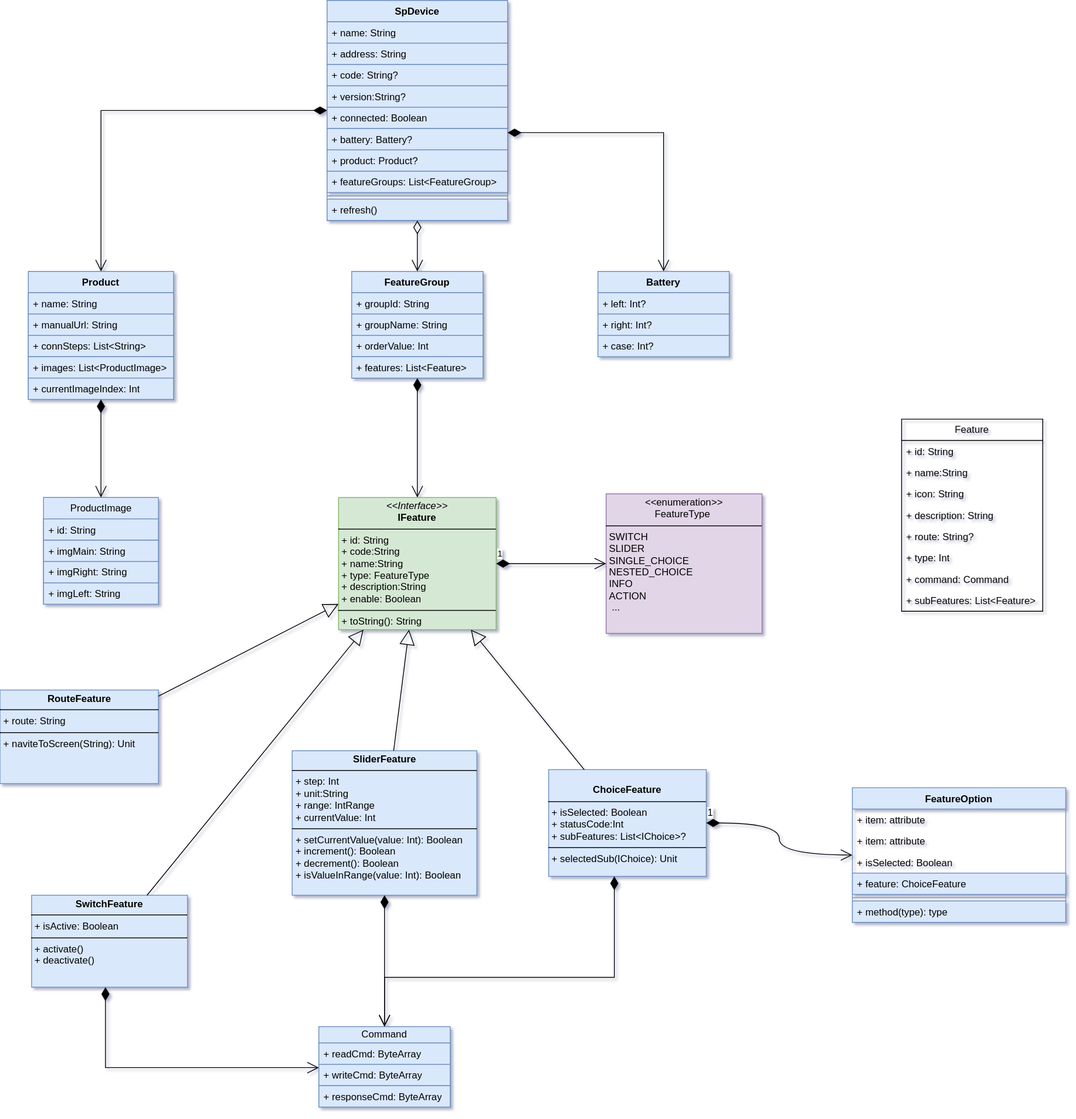
This is sp-device.drawio.svg from kekemao00/draw-libs, a draw.io export, as it was before one commit. Source tidied: cells renumbered, new cells last; positions are measured from the earlier drawing's top-left corner, leaving out a move shared by most shapes.
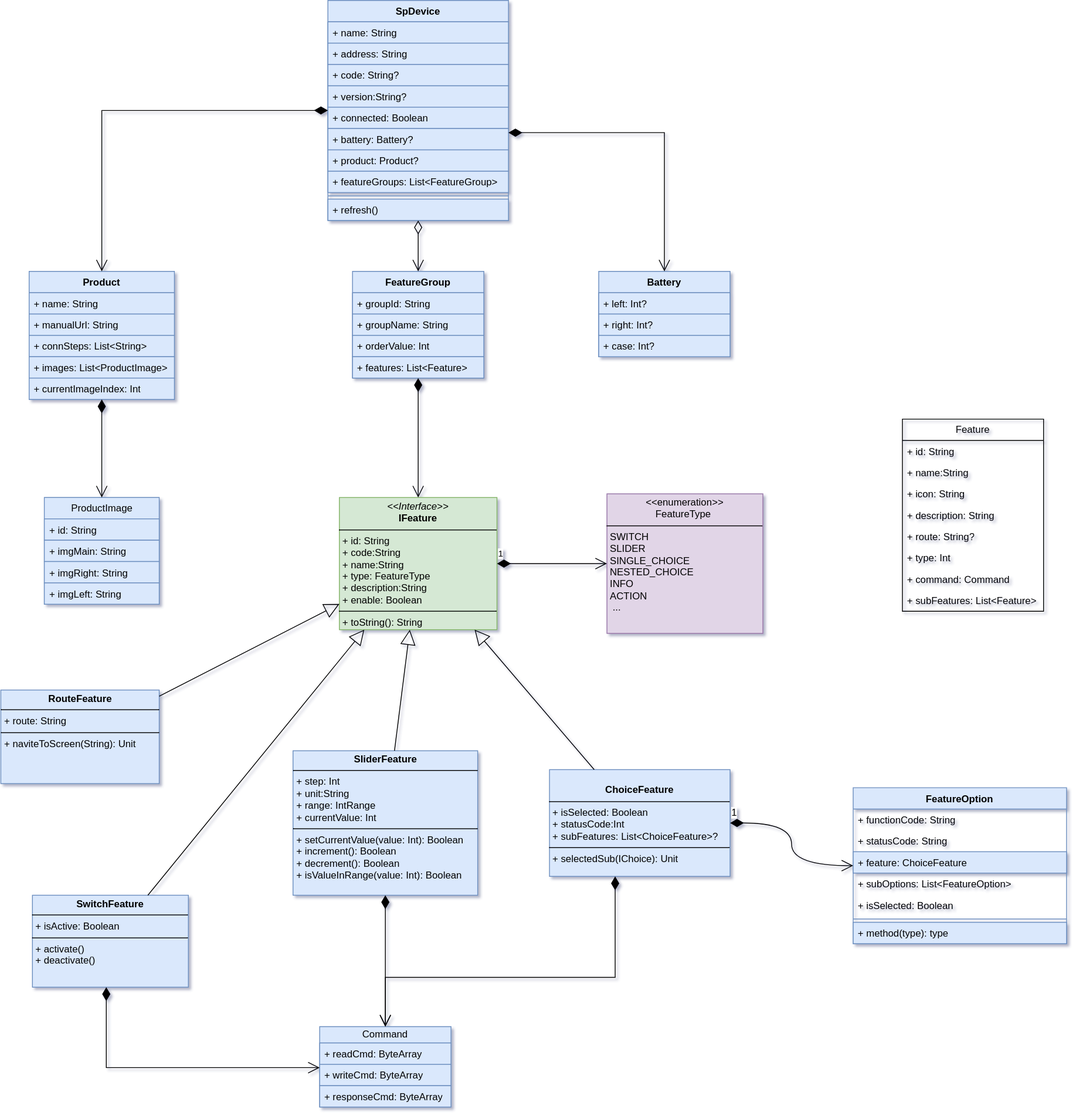
Later version of the same file.

The edit, as a diff of the source:
```diff
@@ -140,8 +140,8 @@
     <mxCell id="47" value="&lt;p style=&quot;margin:0px;margin-top:4px;text-align:center;&quot;&gt;&lt;b&gt;RouteFeature&lt;/b&gt;&lt;/p&gt;&lt;hr size=&quot;1&quot; style=&quot;border-style:solid;&quot;&gt;&lt;p style=&quot;margin:0px;margin-left:4px;&quot;&gt;+ route: String&lt;/p&gt;&lt;hr size=&quot;1&quot; style=&quot;border-style:solid;&quot;&gt;&lt;p style=&quot;margin:0px;margin-left:4px;&quot;&gt;+ naviteToScreen(String): Unit&lt;br&gt;&lt;/p&gt;" style="verticalAlign=top;align=left;overflow=fill;html=1;whiteSpace=wrap;fillColor=#dae8fc;strokeColor=#6c8ebf;" parent="1" vertex="1">
       <mxGeometry x="-0.5" y="840" width="193" height="114" as="geometry" />
     </mxCell>
-    <mxCell id="48" value="&lt;p style=&quot;margin:0px;margin-top:4px;text-align:center;&quot;&gt;&lt;br&gt;&lt;b&gt;ChoiceFeature&lt;/b&gt;&lt;/p&gt;&lt;hr size=&quot;1&quot; style=&quot;border-style:solid;&quot;&gt;&lt;p style=&quot;margin:0px;margin-left:4px;&quot;&gt;+ isSelected: Boolean&lt;br&gt;+ statusCode:Int&lt;br&gt;+ subFeatures: List&amp;lt;IChoice&amp;gt;?&lt;/p&gt;&lt;hr size=&quot;1&quot; style=&quot;border-style:solid;&quot;&gt;&lt;p style=&quot;margin:0px;margin-left:4px;&quot;&gt;+ selectedSub(IChoice): Unit&lt;br&gt;&lt;/p&gt;" style="verticalAlign=top;align=left;overflow=fill;html=1;whiteSpace=wrap;fillColor=#dae8fc;strokeColor=#6c8ebf;" parent="1" vertex="1">
-      <mxGeometry x="668" y="937" width="192" height="130" as="geometry" />
+    <mxCell id="48" value="&lt;p style=&quot;margin:0px;margin-top:4px;text-align:center;&quot;&gt;&lt;br&gt;&lt;b&gt;ChoiceFeature&lt;/b&gt;&lt;/p&gt;&lt;hr size=&quot;1&quot; style=&quot;border-style:solid;&quot;&gt;&lt;p style=&quot;margin:0px;margin-left:4px;&quot;&gt;+ isSelected: Boolean&lt;br&gt;+ statusCode:Int&lt;br&gt;+ subFeatures: List&amp;lt;ChoiceFeature&amp;gt;?&lt;/p&gt;&lt;hr size=&quot;1&quot; style=&quot;border-style:solid;&quot;&gt;&lt;p style=&quot;margin:0px;margin-left:4px;&quot;&gt;+ selectedSub(IChoice): Unit&lt;br&gt;&lt;/p&gt;" style="verticalAlign=top;align=left;overflow=fill;html=1;whiteSpace=wrap;fillColor=#dae8fc;strokeColor=#6c8ebf;" parent="1" vertex="1">
+      <mxGeometry x="668" y="937" width="220" height="130" as="geometry" />
     </mxCell>
     <mxCell id="49" value="&lt;p style=&quot;margin:0px;margin-top:4px;text-align:center;&quot;&gt;&lt;b&gt;SwitchFeature&lt;/b&gt;&lt;/p&gt;&lt;hr size=&quot;1&quot; style=&quot;border-style:solid;&quot;&gt;&lt;p style=&quot;margin:0px;margin-left:4px;&quot;&gt;+ isActive: Boolean&lt;br&gt;&lt;/p&gt;&lt;hr size=&quot;1&quot; style=&quot;border-style:solid;&quot;&gt;&lt;p style=&quot;margin:0px;margin-left:4px;&quot;&gt;+ activate()&lt;br&gt;+ deactivate()&lt;/p&gt;" style="verticalAlign=top;align=left;overflow=fill;html=1;whiteSpace=wrap;fillColor=#dae8fc;strokeColor=#6c8ebf;" parent="1" vertex="1">
       <mxGeometry x="38" y="1090" width="190" height="112" as="geometry" />
@@ -211,25 +211,28 @@
       <mxGeometry x="-1" y="3" relative="1" as="geometry" />
     </mxCell>
     <mxCell id="65" value="FeatureOption" style="swimlane;fontStyle=1;align=center;verticalAlign=top;horizontal=1;startSize=26;whiteSpace=wrap;html=1;fillColor=#dae8fc;strokeColor=#6c8ebf;" parent="1" vertex="1">
-      <mxGeometry x="1038" y="959" width="260" height="164" as="geometry" />
+      <mxGeometry x="1038" y="959" width="260" height="190" as="geometry" />
     </mxCell>
+    <mxCell id="73" value="+ functionCode: String" style="text;strokeColor=none;fillColor=none;align=left;verticalAlign=top;spacingLeft=4;spacingRight=4;overflow=hidden;whiteSpace=wrap;html=1;" parent="65" vertex="1">
+      <mxGeometry y="26" width="260" height="26" as="geometry" />
+    </mxCell>
-    <mxCell id="66" value="+ item: attribute" style="text;strokeColor=none;fillColor=none;align=left;verticalAlign=top;spacingLeft=4;spacingRight=4;overflow=hidden;whiteSpace=wrap;html=1;" parent="65" vertex="1">
-      <mxGeometry y="26" width="260" height="26" as="geometry" />
+    <mxCell id="66" value="+ statusCode: String" style="text;strokeColor=none;fillColor=none;align=left;verticalAlign=top;spacingLeft=4;spacingRight=4;overflow=hidden;whiteSpace=wrap;html=1;" parent="65" vertex="1">
+      <mxGeometry y="52" width="260" height="26" as="geometry" />
     </mxCell>
+    <mxCell id="69" value="+&amp;nbsp;feature: ChoiceFeature" style="text;strokeColor=#6c8ebf;fillColor=#dae8fc;align=left;verticalAlign=top;spacingLeft=4;spacingRight=4;overflow=hidden;whiteSpace=wrap;html=1;" parent="65" vertex="1">
+      <mxGeometry y="78" width="260" height="26" as="geometry" />
+    </mxCell>
-    <mxCell id="67" value="+ item: attribute" style="text;strokeColor=none;fillColor=none;align=left;verticalAlign=top;spacingLeft=4;spacingRight=4;overflow=hidden;whiteSpace=wrap;html=1;" parent="65" vertex="1">
-      <mxGeometry y="52" width="260" height="26" as="geometry" />
+    <mxCell id="67" value="+ subOptions: List&amp;lt;FeatureOption&amp;gt;" style="text;strokeColor=none;fillColor=none;align=left;verticalAlign=top;spacingLeft=4;spacingRight=4;overflow=hidden;whiteSpace=wrap;html=1;" parent="65" vertex="1">
+      <mxGeometry y="104" width="260" height="26" as="geometry" />
     </mxCell>
     <mxCell id="68" value="+ isSelected: Boolean" style="text;strokeColor=none;fillColor=none;align=left;verticalAlign=top;spacingLeft=4;spacingRight=4;overflow=hidden;whiteSpace=wrap;html=1;" parent="65" vertex="1">
-      <mxGeometry y="78" width="260" height="26" as="geometry" />
+      <mxGeometry y="130" width="260" height="26" as="geometry" />
     </mxCell>
-    <mxCell id="69" value="+&amp;nbsp;feature: ChoiceFeature" style="text;strokeColor=#6c8ebf;fillColor=#dae8fc;align=left;verticalAlign=top;spacingLeft=4;spacingRight=4;overflow=hidden;whiteSpace=wrap;html=1;" parent="65" vertex="1">
-      <mxGeometry y="104" width="260" height="26" as="geometry" />
-    </mxCell>
     <mxCell id="70" style="line;strokeWidth=1;fillColor=#dae8fc;align=left;verticalAlign=middle;spacingTop=-1;spacingLeft=3;spacingRight=3;labelPosition=right;strokeColor=#6c8ebf;" parent="65" vertex="1">
-      <mxGeometry y="130" width="260" height="8" as="geometry" />
+      <mxGeometry y="156" width="260" height="8" as="geometry" />
     </mxCell>
     <mxCell id="71" value="+ method(type): type" style="text;strokeColor=#6c8ebf;fillColor=#dae8fc;align=left;verticalAlign=top;spacingLeft=4;spacingRight=4;overflow=hidden;whiteSpace=wrap;html=1;" parent="65" vertex="1">
-      <mxGeometry y="138" width="260" height="26" as="geometry" />
+      <mxGeometry y="164" width="260" height="26" as="geometry" />
     </mxCell>
     <mxCell id="72" value="1" style="endArrow=open;html=1;endSize=12;startArrow=diamondThin;startSize=14;startFill=1;edgeStyle=orthogonalEdgeStyle;align=left;verticalAlign=bottom;rounded=0;fontSize=12;curved=1;" parent="1" edge="1" source="48" target="65">
       <mxGeometry x="-1" y="3" relative="1" as="geometry" />
```
